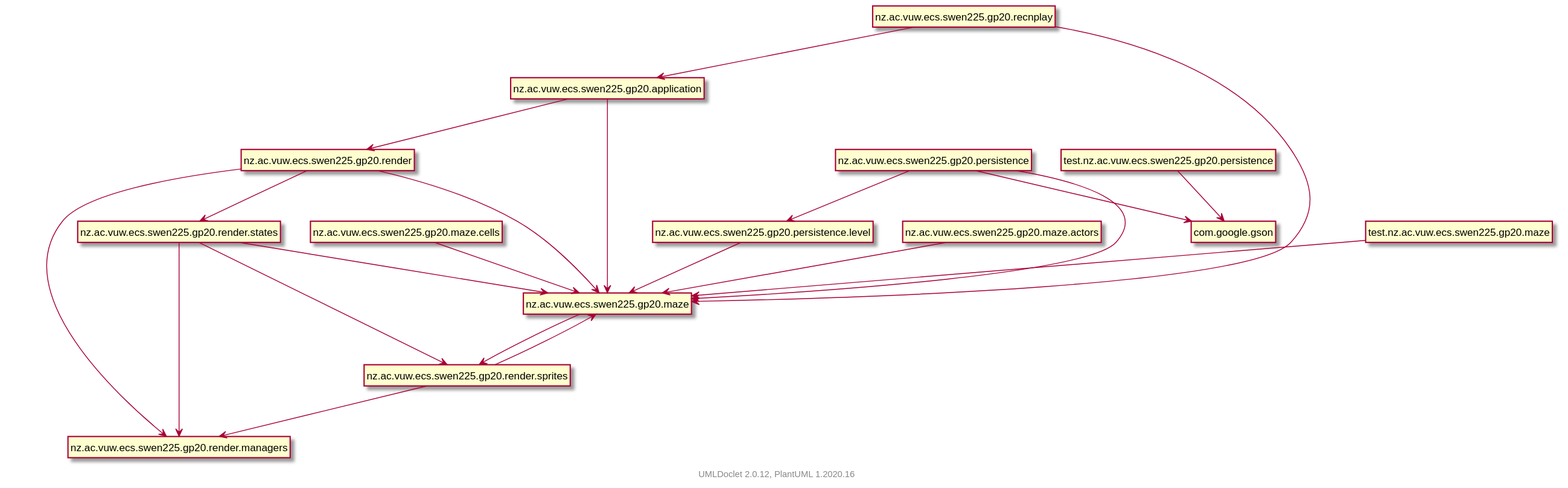
Above: docs/package-dependencies.svg in nicholowen/SWEN225_Chips_Challenge (PlantUML), before the change.
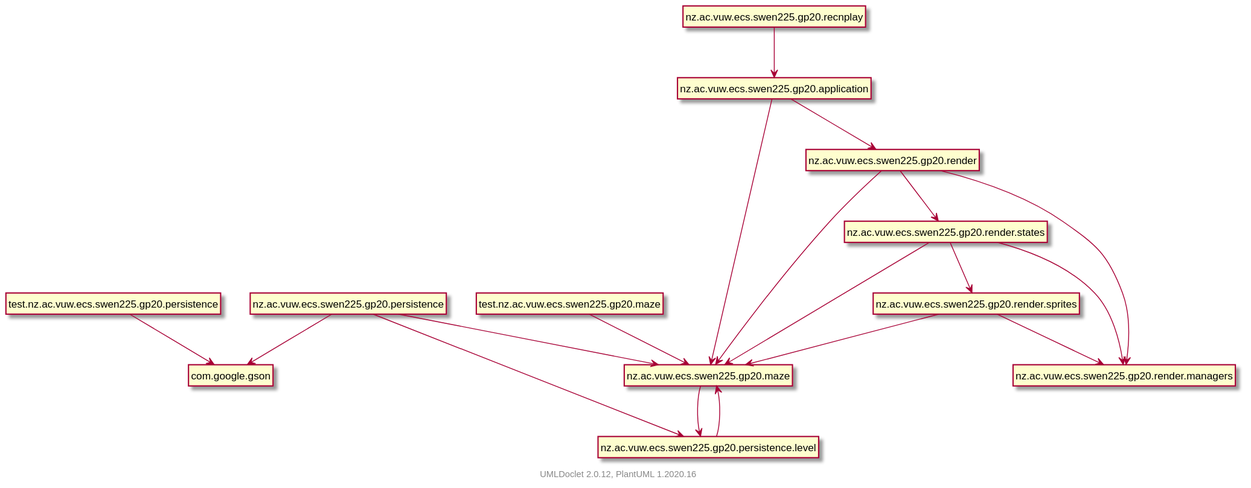
After the change.

The edit, as a diff of the source:
```diff
@@ -4,53 +4,46 @@
     hide empty fields
     hide empty methods
 
-    nz.ac.vuw.ecs.swen225.gp20.recnplay --> nz.ac.vuw.ecs.swen225.gp20.maze
-    nz.ac.vuw.ecs.swen225.gp20.recnplay --> nz.ac.vuw.ecs.swen225.gp20.application
-    test.nz.ac.vuw.ecs.swen225.gp20.maze --> nz.ac.vuw.ecs.swen225.gp20.maze
     nz.ac.vuw.ecs.swen225.gp20.application --> nz.ac.vuw.ecs.swen225.gp20.maze
     nz.ac.vuw.ecs.swen225.gp20.application --> nz.ac.vuw.ecs.swen225.gp20.render
+    nz.ac.vuw.ecs.swen225.gp20.maze --> nz.ac.vuw.ecs.swen225.gp20.persistence.level
+    nz.ac.vuw.ecs.swen225.gp20.persistence.level --> nz.ac.vuw.ecs.swen225.gp20.maze
+    test.nz.ac.vuw.ecs.swen225.gp20.maze --> nz.ac.vuw.ecs.swen225.gp20.maze
+    nz.ac.vuw.ecs.swen225.gp20.render.sprites --> nz.ac.vuw.ecs.swen225.gp20.render.managers
+    nz.ac.vuw.ecs.swen225.gp20.render.sprites --> nz.ac.vuw.ecs.swen225.gp20.maze
+    nz.ac.vuw.ecs.swen225.gp20.persistence --> com.google.gson
+    nz.ac.vuw.ecs.swen225.gp20.persistence --> nz.ac.vuw.ecs.swen225.gp20.persistence.level
+    nz.ac.vuw.ecs.swen225.gp20.persistence --> nz.ac.vuw.ecs.swen225.gp20.maze
     nz.ac.vuw.ecs.swen225.gp20.render --> nz.ac.vuw.ecs.swen225.gp20.render.managers
     nz.ac.vuw.ecs.swen225.gp20.render --> nz.ac.vuw.ecs.swen225.gp20.render.states
     nz.ac.vuw.ecs.swen225.gp20.render --> nz.ac.vuw.ecs.swen225.gp20.maze
-    nz.ac.vuw.ecs.swen225.gp20.maze --> nz.ac.vuw.ecs.swen225.gp20.render.sprites
-    nz.ac.vuw.ecs.swen225.gp20.maze.cells --> nz.ac.vuw.ecs.swen225.gp20.maze
     nz.ac.vuw.ecs.swen225.gp20.render.states --> nz.ac.vuw.ecs.swen225.gp20.render.managers
     nz.ac.vuw.ecs.swen225.gp20.render.states --> nz.ac.vuw.ecs.swen225.gp20.maze
     nz.ac.vuw.ecs.swen225.gp20.render.states --> nz.ac.vuw.ecs.swen225.gp20.render.sprites
-    nz.ac.vuw.ecs.swen225.gp20.render.sprites --> nz.ac.vuw.ecs.swen225.gp20.maze
-    nz.ac.vuw.ecs.swen225.gp20.render.sprites --> nz.ac.vuw.ecs.swen225.gp20.render.managers
-    nz.ac.vuw.ecs.swen225.gp20.persistence.level --> nz.ac.vuw.ecs.swen225.gp20.maze
-    nz.ac.vuw.ecs.swen225.gp20.maze.actors --> nz.ac.vuw.ecs.swen225.gp20.maze
-    nz.ac.vuw.ecs.swen225.gp20.persistence --> com.google.gson
-    nz.ac.vuw.ecs.swen225.gp20.persistence --> nz.ac.vuw.ecs.swen225.gp20.persistence.level
-    nz.ac.vuw.ecs.swen225.gp20.persistence --> nz.ac.vuw.ecs.swen225.gp20.maze
     test.nz.ac.vuw.ecs.swen225.gp20.persistence --> com.google.gson
+    nz.ac.vuw.ecs.swen225.gp20.recnplay --> nz.ac.vuw.ecs.swen225.gp20.application
 
-    class "nz.ac.vuw.ecs.swen225.gp20.recnplay" [[nz\ac\vuw\ecs\swen225\gp20\recnplay\package-summary.html]] {
+    class "nz.ac.vuw.ecs.swen225.gp20.application" [[nz\ac\vuw\ecs\swen225\gp20\application\package-summary.html]] {
     }
     class "nz.ac.vuw.ecs.swen225.gp20.maze" [[nz\ac\vuw\ecs\swen225\gp20\maze\package-summary.html]] {
     }
-    class "nz.ac.vuw.ecs.swen225.gp20.application" [[nz\ac\vuw\ecs\swen225\gp20\application\package-summary.html]] {
+    class "nz.ac.vuw.ecs.swen225.gp20.render" [[nz\ac\vuw\ecs\swen225\gp20\render\package-summary.html]] {
+    }
+    class "nz.ac.vuw.ecs.swen225.gp20.persistence.level" [[nz\ac\vuw\ecs\swen225\gp20\persistence\level\package-summary.html]] {
     }
     class "test.nz.ac.vuw.ecs.swen225.gp20.maze" [[test\nz\ac\vuw\ecs\swen225\gp20\maze\package-summary.html]] {
     }
-    class "nz.ac.vuw.ecs.swen225.gp20.render" [[nz\ac\vuw\ecs\swen225\gp20\render\package-summary.html]] {
+    class "nz.ac.vuw.ecs.swen225.gp20.render.sprites" [[nz\ac\vuw\ecs\swen225\gp20\render\sprites\package-summary.html]] {
     }
     class "nz.ac.vuw.ecs.swen225.gp20.render.managers" [[nz\ac\vuw\ecs\swen225\gp20\render\managers\package-summary.html]] {
     }
+    class "nz.ac.vuw.ecs.swen225.gp20.persistence" [[nz\ac\vuw\ecs\swen225\gp20\persistence\package-summary.html]] {
+    }
     class "nz.ac.vuw.ecs.swen225.gp20.render.states" [[nz\ac\vuw\ecs\swen225\gp20\render\states\package-summary.html]] {
     }
-    class "nz.ac.vuw.ecs.swen225.gp20.render.sprites" [[nz\ac\vuw\ecs\swen225\gp20\render\sprites\package-summary.html]] {
+    class "test.nz.ac.vuw.ecs.swen225.gp20.persistence" [[test\nz\ac\vuw\ecs\swen225\gp20\persistence\package-summary.html]] {
     }
-    class "nz.ac.vuw.ecs.swen225.gp20.maze.cells" [[nz\ac\vuw\ecs\swen225\gp20\maze\cells\package-summary.html]] {
-    }
-    class "nz.ac.vuw.ecs.swen225.gp20.persistence.level" [[nz\ac\vuw\ecs\swen225\gp20\persistence\level\package-summary.html]] {
-    }
-    class "nz.ac.vuw.ecs.swen225.gp20.maze.actors" [[nz\ac\vuw\ecs\swen225\gp20\maze\actors\package-summary.html]] {
-    }
-    class "nz.ac.vuw.ecs.swen225.gp20.persistence" [[nz\ac\vuw\ecs\swen225\gp20\persistence\package-summary.html]] {
-    }
-    class "test.nz.ac.vuw.ecs.swen225.gp20.persistence" [[test\nz\ac\vuw\ecs\swen225\gp20\persistence\package-summary.html]] {
+    class "nz.ac.vuw.ecs.swen225.gp20.recnplay" [[nz\ac\vuw\ecs\swen225\gp20\recnplay\package-summary.html]] {
     }
 
     center footer UMLDoclet 2.0.12, PlantUML 1.2020.16
```
